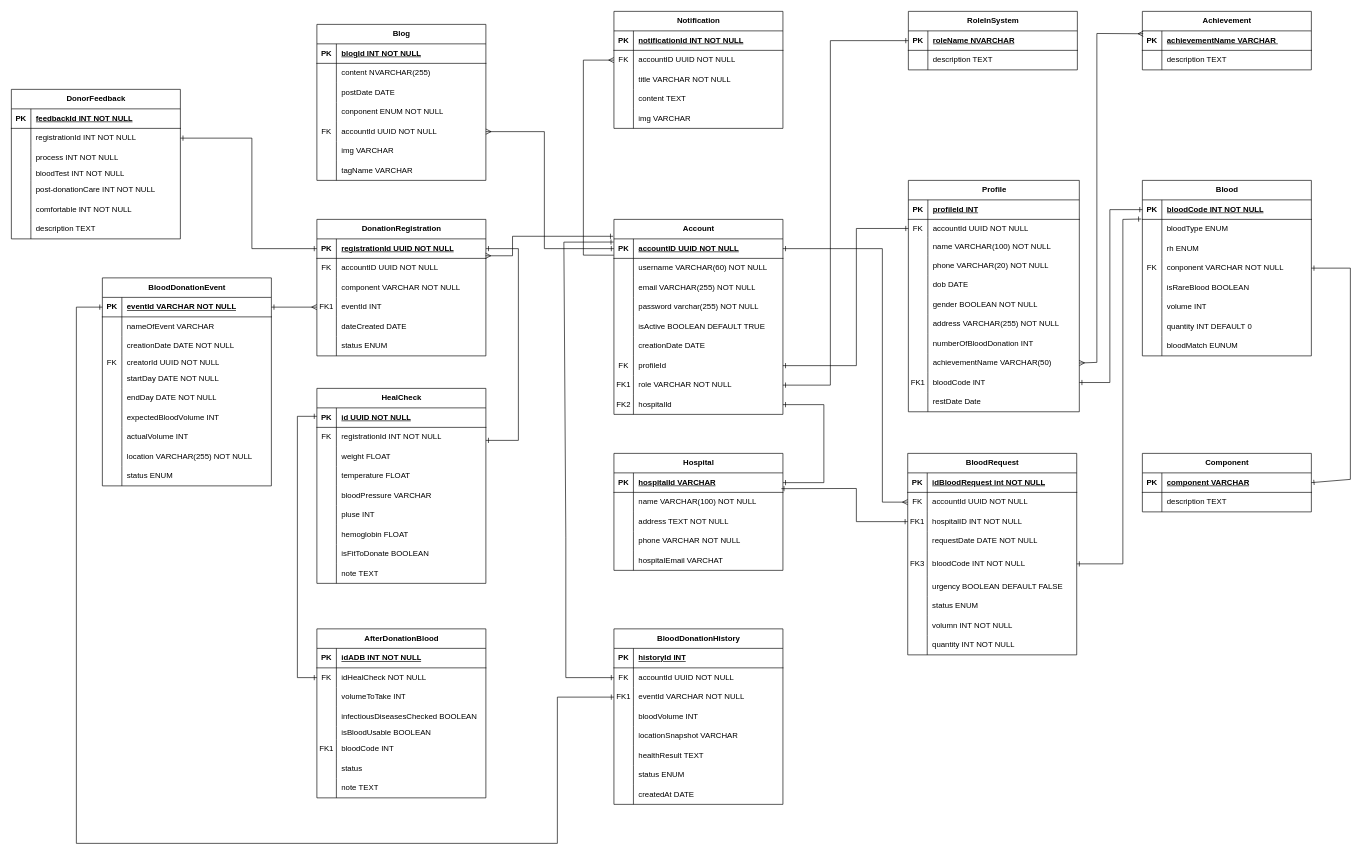
The draw.io diagram ERD-BloodDonationSystem.drawio in ShiroSs00/SWP391_SU25, before the edit. Source tidied: cells renumbered, new cells numbered last; positions are measured from the earlier drawing's top-left corner, leaving out a move shared by most shapes. Both pictures are drawn from the tidied source at 65%, with x=0, y=0 at pixel (11, 11).
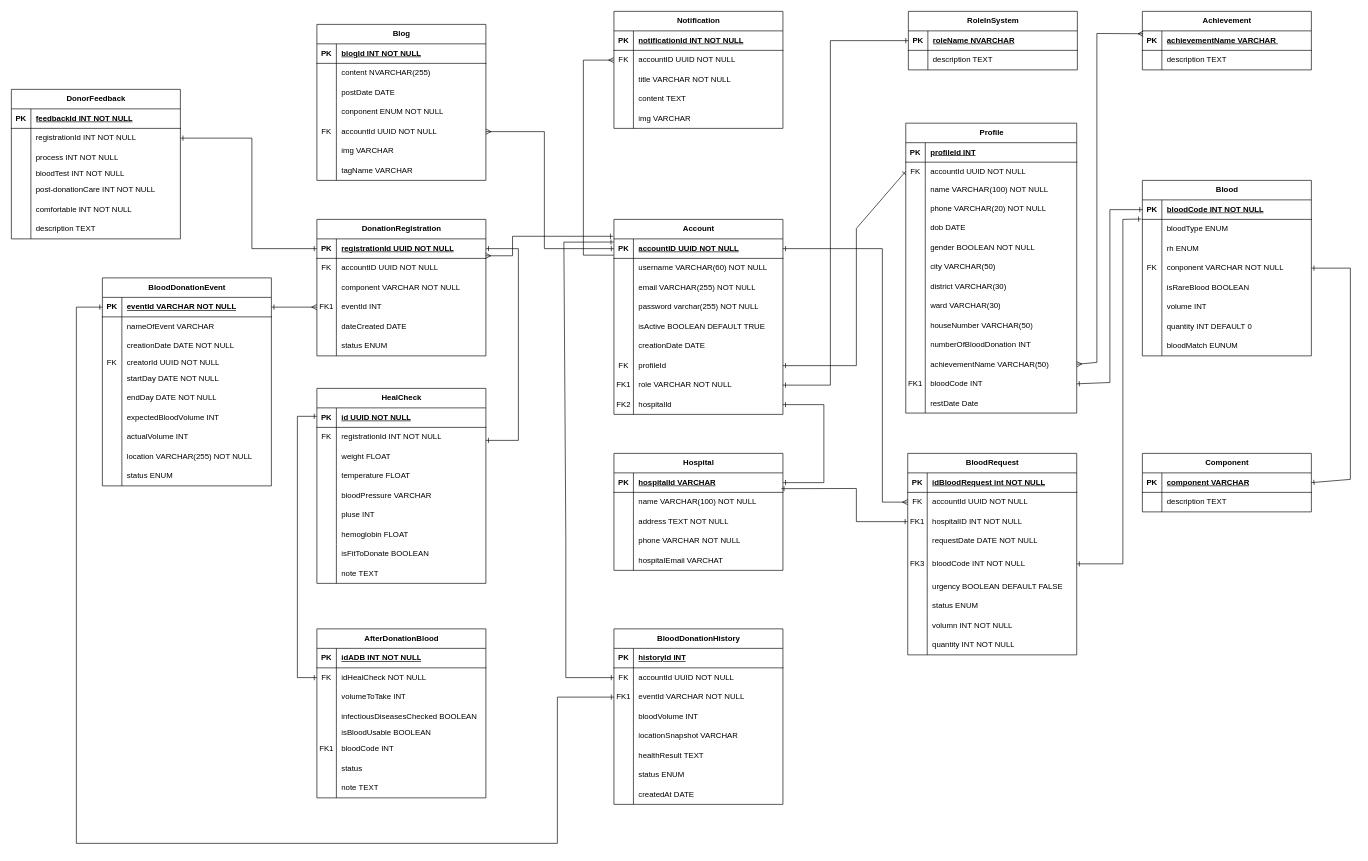
The same diagram, later.

The change refers to these unchanged cells:
```xml
<mxCell id="21" style="shape=tableRow;horizontal=0;startSize=0;swimlaneHead=0;swimlaneBody=0;fillColor=none;top=0;left=0;right=0;bottom=0;" parent="2" vertex="1">
  <mxGeometry y="206" width="263" height="30" as="geometry" />
</mxCell>
```

What changed in the source:
```diff
@@
     <mxCell id="2" value="Profile" style="shape=table;startSize=30;childLayout=tableLayout;rowLines=0;fontStyle=1;align=center;html=1;" parent="1" vertex="1">
-      <mxGeometry x="1380" y="260" width="263" height="356" as="geometry" />
+      <mxGeometry x="1376" y="172" width="263" height="446" as="geometry" />
     </mxCell>
@@
-    <mxCell id="23" value="address VARCHAR(255) NOT NULL" style="shape=partialRectangle;fillColor=none;top=0;left=0;bottom=0;right=0;align=left;spacingLeft=6;overflow=hidden;whiteSpace=wrap;html=1;" parent="21" vertex="1">
+    <mxCell id="23" value="city VARCHAR(50)" style="shape=partialRectangle;fillColor=none;top=0;left=0;bottom=0;right=0;align=left;spacingLeft=6;overflow=hidden;whiteSpace=wrap;html=1;" parent="21" vertex="1">
       <mxGeometry x="30" width="233" height="30" as="geometry" />
     </mxCell>
+    <mxCell id="360" style="shape=tableRow;horizontal=0;startSize=0;swimlaneHead=0;swimlaneBody=0;fillColor=none;top=0;left=0;right=0;bottom=0;" parent="2" vertex="1">
+      <mxGeometry y="236" width="263" height="30" as="geometry" />
+    </mxCell>
+    <mxCell id="361" style="shape=partialRectangle;fillColor=none;top=0;left=0;bottom=0;right=0;overflow=hidden;whiteSpace=wrap;html=1;" parent="360" vertex="1">
+      <mxGeometry width="30" height="30" as="geometry" />
+    </mxCell>
+    <mxCell id="362" value="district VARCHAR(30)" style="shape=partialRectangle;fillColor=none;top=0;left=0;bottom=0;right=0;align=left;spacingLeft=6;overflow=hidden;whiteSpace=wrap;html=1;" parent="360" vertex="1">
+      <mxGeometry x="30" width="233" height="30" as="geometry" />
+    </mxCell>
+    <mxCell id="363" style="shape=tableRow;horizontal=0;startSize=0;swimlaneHead=0;swimlaneBody=0;fillColor=none;top=0;left=0;right=0;bottom=0;" parent="2" vertex="1">
+      <mxGeometry y="266" width="263" height="30" as="geometry" />
+    </mxCell>
+    <mxCell id="364" style="shape=partialRectangle;fillColor=none;top=0;left=0;bottom=0;right=0;overflow=hidden;whiteSpace=wrap;html=1;" parent="363" vertex="1">
+      <mxGeometry width="30" height="30" as="geometry" />
+    </mxCell>
+    <mxCell id="365" value="ward VARCHAR(30)" style="shape=partialRectangle;fillColor=none;top=0;left=0;bottom=0;right=0;align=left;spacingLeft=6;overflow=hidden;whiteSpace=wrap;html=1;" parent="363" vertex="1">
+      <mxGeometry x="30" width="233" height="30" as="geometry" />
+    </mxCell>
+    <mxCell id="366" style="shape=tableRow;horizontal=0;startSize=0;swimlaneHead=0;swimlaneBody=0;fillColor=none;top=0;left=0;right=0;bottom=0;" parent="2" vertex="1">
+      <mxGeometry y="296" width="263" height="30" as="geometry" />
+    </mxCell>
+    <mxCell id="367" style="shape=partialRectangle;fillColor=none;top=0;left=0;bottom=0;right=0;overflow=hidden;whiteSpace=wrap;html=1;" parent="366" vertex="1">
+      <mxGeometry width="30" height="30" as="geometry" />
+    </mxCell>
+    <mxCell id="368" value="houseNumber VARCHAR(50)" style="shape=partialRectangle;fillColor=none;top=0;left=0;bottom=0;right=0;align=left;spacingLeft=6;overflow=hidden;whiteSpace=wrap;html=1;" parent="366" vertex="1">
+      <mxGeometry x="30" width="233" height="30" as="geometry" />
+    </mxCell>
     <mxCell id="24" style="shape=tableRow;horizontal=0;startSize=0;swimlaneHead=0;swimlaneBody=0;fillColor=none;top=0;left=0;right=0;bottom=0;" parent="2" vertex="1">
-      <mxGeometry y="236" width="263" height="30" as="geometry" />
+      <mxGeometry y="326" width="263" height="30" as="geometry" />
     </mxCell>
@@
     <mxCell id="27" style="shape=tableRow;horizontal=0;startSize=0;swimlaneHead=0;swimlaneBody=0;fillColor=none;points=[[0,0.5],[1,0.5]];portConstraint=eastwest;top=0;left=0;right=0;bottom=0;" parent="2" vertex="1">
-      <mxGeometry y="266" width="263" height="30" as="geometry" />
+      <mxGeometry y="356" width="263" height="30" as="geometry" />
     </mxCell>
@@
     <mxCell id="30" style="shape=tableRow;horizontal=0;startSize=0;swimlaneHead=0;swimlaneBody=0;fillColor=none;points=[[0,0.5],[1,0.5]];portConstraint=eastwest;top=0;left=0;right=0;bottom=0;" parent="2" vertex="1">
-      <mxGeometry y="296" width="263" height="30" as="geometry" />
+      <mxGeometry y="386" width="263" height="30" as="geometry" />
     </mxCell>
@@
     <mxCell id="33" style="shape=tableRow;horizontal=0;startSize=0;swimlaneHead=0;swimlaneBody=0;fillColor=none;top=0;left=0;right=0;bottom=0;" parent="2" vertex="1">
-      <mxGeometry y="326" width="263" height="30" as="geometry" />
+      <mxGeometry y="416" width="263" height="30" as="geometry" />
     </mxCell>
```
